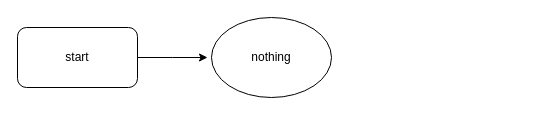
The draw.io diagram 未命名绘图.drawio in fisher1994/draw, before the edit. Source tidied: cells renumbered, new cells numbered last; positions are measured from the earlier drawing's top-left corner, leaving out a move shared by most shapes. Both pictures are drawn from the tidied source at 100%, with x=0, y=0 at pixel (17, 17).
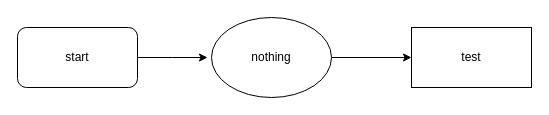
The same diagram, later.

Commit message (it also covers changes not shown here):
更新未命名绘图.drawio

Diff of the diagram source:
```diff
@@
 <mxGraphModel>
   <root>
     <mxCell id="0" />
     <mxCell id="1" parent="0" />
     <mxCell id="2" style="edgeStyle=orthogonalEdgeStyle;rounded=0;jettySize=auto;html=1;exitX=1;exitY=0.5;exitDx=0;exitDy=0;" parent="1" edge="1" source="3">
       <mxGeometry relative="1" as="geometry">
         <mxPoint x="190" y="40" as="targetPoint" />
       </mxGeometry>
     </mxCell>
     <mxCell id="3" value="start" style="rounded=1;whiteSpace=wrap;html=1;" parent="1" vertex="1">
       <mxGeometry y="10" width="120" height="60" as="geometry" />
     </mxCell>
+    <mxCell id="5" style="edgeStyle=orthogonalEdgeStyle;rounded=0;jettySize=auto;html=1;" parent="1" edge="1" source="4" target="6">
+      <mxGeometry relative="1" as="geometry" />
+    </mxCell>
     <mxCell id="4" value="nothing" style="ellipse;whiteSpace=wrap;html=1;" parent="1" vertex="1">
       <mxGeometry x="194" width="120" height="80" as="geometry" />
     </mxCell>
+    <mxCell id="6" value="test" style="whiteSpace=wrap;html=1;" parent="1" vertex="1">
+      <mxGeometry x="394" y="10" width="120" height="60" as="geometry" />
+    </mxCell>
   </root>
 </mxGraphModel>
```
